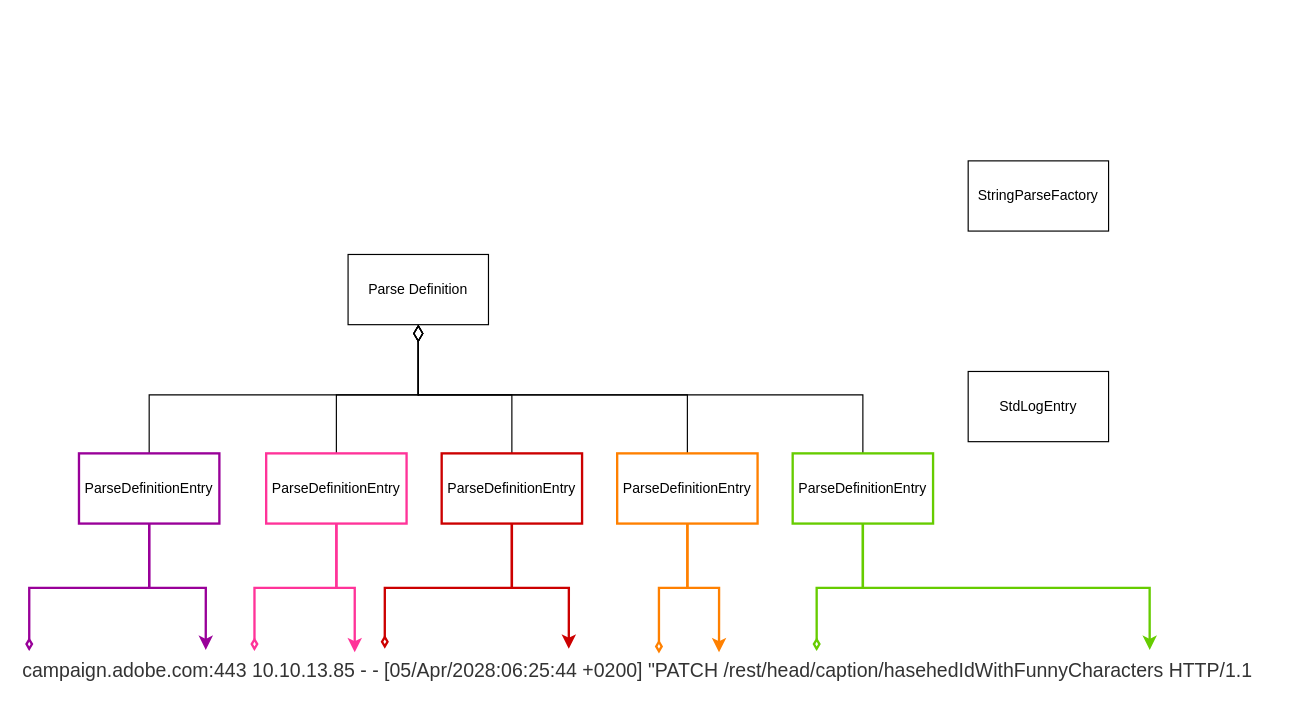
Before: page "log-parsing" (3 of 3) of diagrams/Log_Parser.drawio in adobe/log-parser, a draw.io diagram. Source tidied: cells renumbered, new cells numbered last; positions are measured from the earlier drawing's top-left corner, leaving out a move shared by most shapes. Both pictures are drawn from the tidied source at 117%, with x=0, y=0 at pixel (20, 160).
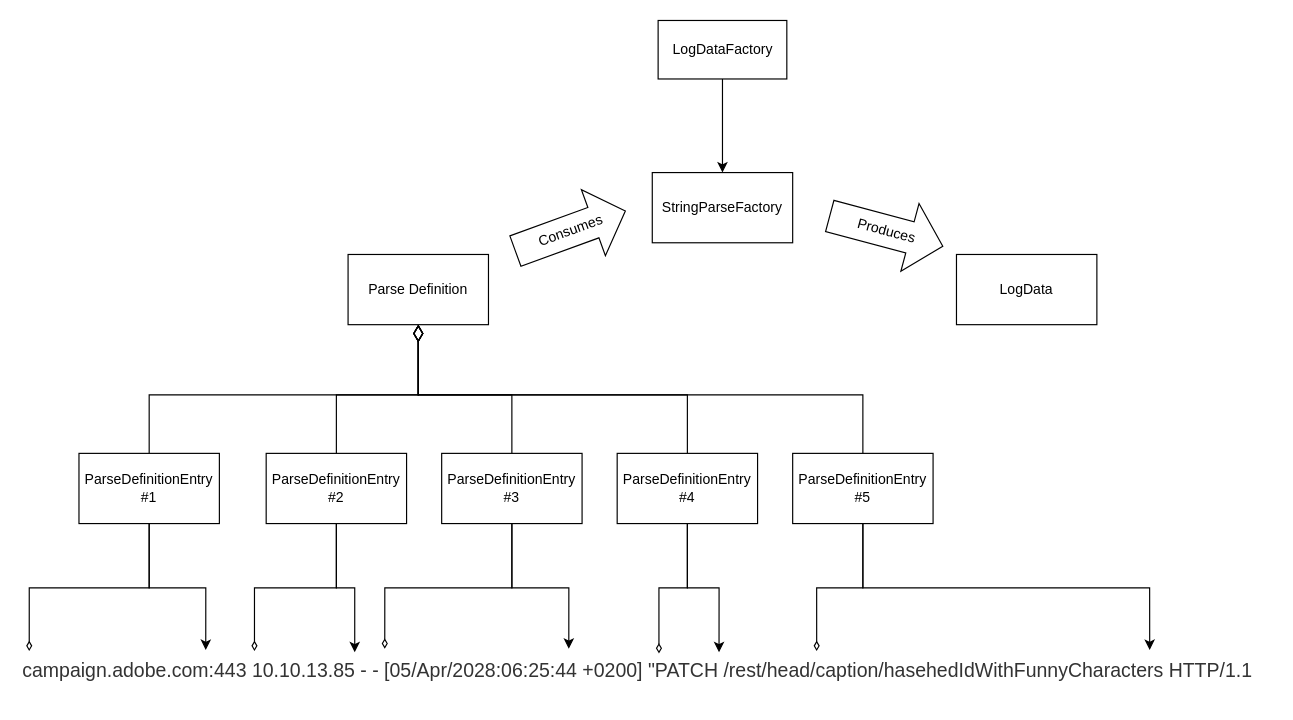
Above is the later version.

Commit message (it also covers changes not shown here):
Added more explanattions and a diagram

The change refers to these unchanged cells:
```xml
<mxCell id="23" value="&lt;span data-lucid-content=&quot;{&amp;quot;t&amp;quot;:&amp;quot;campaign.adobe.com:443 10.10.13.85 - - [05/Apr/2028:06:25:44 +0200] \&amp;quot;PATCH /rest/head/caption/hasehedIdWithFunnyCharacters HTTP/1.1&amp;quot;,&amp;quot;m&amp;quot;:[{&amp;quot;s&amp;quot;:0,&amp;quot;n&amp;quot;:&amp;quot;a&amp;quot;,&amp;quot;v&amp;quot;:&amp;quot;left&amp;quot;},{&amp;quot;s&amp;quot;:0,&amp;quot;n&amp;quot;:&amp;quot;s&amp;quot;,&amp;quot;v&amp;quot;:22.22222222222222,&amp;quot;e&amp;quot;:131},{&amp;quot;s&amp;quot;:0,&amp;quot;n&amp;quot;:&amp;quot;c&amp;quot;,&amp;quot;v&amp;quot;:&amp;quot;333333ff&amp;quot;,&amp;quot;e&amp;quot;:131}]}&quot;&gt;&lt;span style=&quot;text-align: left ; font-size: 16.666666666666664px ; color: #333333&quot;&gt;campaign.adobe.com:443 10.10.13.85 - - [05/Apr/2028:06:25:44 +0200] &quot;PATCH /rest/head/caption/hasehedIdWithFunnyCharacters HTTP/1.1&lt;/span&gt;&lt;/span&gt;" style="text;whiteSpace=wrap;html=1;" parent="1" vertex="1">
  <mxGeometry y="420" width="1070" height="40" as="geometry" />
</mxCell>
```

What changed in the source:
```diff
@@
-    <mxCell id="8" style="edgeStyle=orthogonalEdgeStyle;rounded=0;jettySize=auto;html=1;exitX=0.5;exitY=1;exitDx=0;exitDy=0;entryX=0.007;entryY=-0.025;entryDx=0;entryDy=0;endArrow=diamondThin;endFill=0;strokeColor=#990099;strokeWidth=2;entryPerimeter=0;" parent="1" edge="1" source="10" target="23">
+    <mxCell id="8" style="edgeStyle=orthogonalEdgeStyle;rounded=0;jettySize=auto;html=1;exitX=0.5;exitY=1;exitDx=0;exitDy=0;entryX=0.007;entryY=-0.025;entryDx=0;entryDy=0;endArrow=diamondThin;endFill=0;strokeWidth=1;entryPerimeter=0;" parent="1" edge="1" source="10" target="23">
       <mxGeometry relative="1" as="geometry" />
     </mxCell>
-    <mxCell id="9" style="edgeStyle=orthogonalEdgeStyle;rounded=0;jettySize=auto;html=1;exitX=0.5;exitY=1;exitDx=0;exitDy=0;entryX=0.148;entryY=-0.05;entryDx=0;entryDy=0;entryPerimeter=0;strokeColor=#990099;strokeWidth=2;" parent="1" edge="1" source="10" target="23">
+    <mxCell id="9" style="edgeStyle=orthogonalEdgeStyle;rounded=0;jettySize=auto;html=1;exitX=0.5;exitY=1;exitDx=0;exitDy=0;entryX=0.148;entryY=-0.05;entryDx=0;entryDy=0;entryPerimeter=0;strokeWidth=1;" parent="1" edge="1" source="10" target="23">
       <mxGeometry relative="1" as="geometry" />
     </mxCell>
-    <mxCell id="10" value="ParseDefinitionEntry" style="rounded=0;whiteSpace=wrap;html=1;strokeColor=#990099;strokeWidth=2;" parent="1" vertex="1">
+    <mxCell id="10" value="ParseDefinitionEntry&lt;br&gt;#1" style="rounded=0;whiteSpace=wrap;html=1;strokeWidth=1;" parent="1" vertex="1">
       <mxGeometry x="50" y="250" width="120" height="60" as="geometry" />
     </mxCell>
-    <mxCell id="11" style="edgeStyle=orthogonalEdgeStyle;rounded=0;jettySize=auto;html=1;exitX=0.5;exitY=1;exitDx=0;exitDy=0;entryX=0.51;entryY=0.025;entryDx=0;entryDy=0;entryPerimeter=0;endArrow=diamondThin;endFill=0;strokeWidth=2;strokeColor=#FF8000;" parent="1" edge="1" source="13" target="23">
+    <mxCell id="11" style="edgeStyle=orthogonalEdgeStyle;rounded=0;jettySize=auto;html=1;exitX=0.5;exitY=1;exitDx=0;exitDy=0;entryX=0.51;entryY=0.025;entryDx=0;entryDy=0;entryPerimeter=0;endArrow=diamondThin;endFill=0;strokeWidth=1;" parent="1" edge="1" source="13" target="23">
       <mxGeometry relative="1" as="geometry" />
     </mxCell>
-    <mxCell id="12" style="edgeStyle=orthogonalEdgeStyle;rounded=0;jettySize=auto;html=1;exitX=0.5;exitY=1;exitDx=0;exitDy=0;entryX=0.558;entryY=0;entryDx=0;entryDy=0;entryPerimeter=0;strokeWidth=2;strokeColor=#FF8000;" parent="1" edge="1" source="13" target="23">
+    <mxCell id="12" style="edgeStyle=orthogonalEdgeStyle;rounded=0;jettySize=auto;html=1;exitX=0.5;exitY=1;exitDx=0;exitDy=0;entryX=0.558;entryY=0;entryDx=0;entryDy=0;entryPerimeter=0;strokeWidth=1;" parent="1" edge="1" source="13" target="23">
       <mxGeometry relative="1" as="geometry" />
     </mxCell>
-    <mxCell id="13" value="ParseDefinitionEntry" style="rounded=0;whiteSpace=wrap;html=1;strokeWidth=2;strokeColor=#FF8000;" parent="1" vertex="1">
+    <mxCell id="13" value="ParseDefinitionEntry&lt;br&gt;#4" style="rounded=0;whiteSpace=wrap;html=1;strokeWidth=1;" parent="1" vertex="1">
       <mxGeometry x="510" y="250" width="120" height="60" as="geometry" />
     </mxCell>
-    <mxCell id="14" style="edgeStyle=orthogonalEdgeStyle;rounded=0;jettySize=auto;html=1;exitX=0.5;exitY=1;exitDx=0;exitDy=0;entryX=0.291;entryY=-0.075;entryDx=0;entryDy=0;entryPerimeter=0;endArrow=diamondThin;endFill=0;strokeWidth=2;strokeColor=#CC0000;" parent="1" edge="1" source="16" target="23">
+    <mxCell id="14" style="edgeStyle=orthogonalEdgeStyle;rounded=0;jettySize=auto;html=1;exitX=0.5;exitY=1;exitDx=0;exitDy=0;entryX=0.291;entryY=-0.075;entryDx=0;entryDy=0;entryPerimeter=0;endArrow=diamondThin;endFill=0;strokeWidth=1;" parent="1" edge="1" source="16" target="23">
       <mxGeometry relative="1" as="geometry" />
     </mxCell>
-    <mxCell id="15" style="edgeStyle=orthogonalEdgeStyle;rounded=0;jettySize=auto;html=1;exitX=0.5;exitY=1;exitDx=0;exitDy=0;entryX=0.438;entryY=-0.075;entryDx=0;entryDy=0;entryPerimeter=0;strokeWidth=2;strokeColor=#CC0000;" parent="1" edge="1" source="16" target="23">
+    <mxCell id="15" style="edgeStyle=orthogonalEdgeStyle;rounded=0;jettySize=auto;html=1;exitX=0.5;exitY=1;exitDx=0;exitDy=0;entryX=0.438;entryY=-0.075;entryDx=0;entryDy=0;entryPerimeter=0;strokeWidth=1;" parent="1" edge="1" source="16" target="23">
       <mxGeometry relative="1" as="geometry" />
     </mxCell>
-    <mxCell id="16" value="ParseDefinitionEntry" style="rounded=0;whiteSpace=wrap;html=1;strokeWidth=2;strokeColor=#CC0000;" parent="1" vertex="1">
+    <mxCell id="16" value="ParseDefinitionEntry&lt;br&gt;#3" style="rounded=0;whiteSpace=wrap;html=1;strokeWidth=1;" parent="1" vertex="1">
       <mxGeometry x="360" y="250" width="120" height="60" as="geometry" />
     </mxCell>
-    <mxCell id="17" style="edgeStyle=orthogonalEdgeStyle;rounded=0;jettySize=auto;html=1;exitX=0.5;exitY=1;exitDx=0;exitDy=0;endArrow=diamondThin;endFill=0;strokeColor=#FF3399;strokeWidth=2;" parent="1" edge="1" source="19">
+    <mxCell id="17" style="edgeStyle=orthogonalEdgeStyle;rounded=0;jettySize=auto;html=1;exitX=0.5;exitY=1;exitDx=0;exitDy=0;endArrow=diamondThin;endFill=0;strokeWidth=1;" parent="1" edge="1" source="19">
       <mxGeometry relative="1" as="geometry">
         <mxPoint x="200" y="419" as="targetPoint" />
         <Array as="points">
           <mxPoint x="270" y="365" />
           <mxPoint x="200" y="365" />
         </Array>
       </mxGeometry>
     </mxCell>
-    <mxCell id="18" style="edgeStyle=orthogonalEdgeStyle;rounded=0;jettySize=auto;html=1;exitX=0.5;exitY=1;exitDx=0;exitDy=0;entryX=0.267;entryY=0;entryDx=0;entryDy=0;entryPerimeter=0;strokeColor=#FF3399;strokeWidth=2;" parent="1" edge="1" source="19" target="23">
+    <mxCell id="18" style="edgeStyle=orthogonalEdgeStyle;rounded=0;jettySize=auto;html=1;exitX=0.5;exitY=1;exitDx=0;exitDy=0;entryX=0.267;entryY=0;entryDx=0;entryDy=0;entryPerimeter=0;strokeWidth=1;" parent="1" edge="1" source="19" target="23">
       <mxGeometry relative="1" as="geometry">
         <Array as="points">
           <mxPoint x="270" y="365" />
           <mxPoint x="286" y="365" />
         </Array>
       </mxGeometry>
     </mxCell>
-    <mxCell id="19" value="ParseDefinitionEntry" style="rounded=0;whiteSpace=wrap;html=1;strokeColor=#FF3399;strokeWidth=2;" parent="1" vertex="1">
+    <mxCell id="19" value="ParseDefinitionEntry&lt;br&gt;#2" style="rounded=0;whiteSpace=wrap;html=1;strokeWidth=1;" parent="1" vertex="1">
       <mxGeometry x="210" y="250" width="120" height="60" as="geometry" />
     </mxCell>
-    <mxCell id="20" style="edgeStyle=orthogonalEdgeStyle;rounded=0;jettySize=auto;html=1;exitX=0.5;exitY=1;exitDx=0;exitDy=0;entryX=0.636;entryY=-0.025;entryDx=0;entryDy=0;entryPerimeter=0;endArrow=diamondThin;endFill=0;strokeWidth=2;strokeColor=#66CC00;" parent="1" edge="1" source="22" target="23">
+    <mxCell id="20" style="edgeStyle=orthogonalEdgeStyle;rounded=0;jettySize=auto;html=1;exitX=0.5;exitY=1;exitDx=0;exitDy=0;entryX=0.636;entryY=-0.025;entryDx=0;entryDy=0;entryPerimeter=0;endArrow=diamondThin;endFill=0;strokeWidth=1;" parent="1" edge="1" source="22" target="23">
       <mxGeometry relative="1" as="geometry" />
     </mxCell>
-    <mxCell id="21" style="edgeStyle=orthogonalEdgeStyle;rounded=0;jettySize=auto;html=1;exitX=0.5;exitY=1;exitDx=0;exitDy=0;entryX=0.902;entryY=-0.05;entryDx=0;entryDy=0;entryPerimeter=0;strokeWidth=2;strokeColor=#66CC00;" parent="1" edge="1" source="22" target="23">
+    <mxCell id="21" style="edgeStyle=orthogonalEdgeStyle;rounded=0;jettySize=auto;html=1;exitX=0.5;exitY=1;exitDx=0;exitDy=0;entryX=0.902;entryY=-0.05;entryDx=0;entryDy=0;entryPerimeter=0;strokeWidth=1;" parent="1" edge="1" source="22" target="23">
       <mxGeometry relative="1" as="geometry" />
     </mxCell>
-    <mxCell id="22" value="ParseDefinitionEntry" style="rounded=0;whiteSpace=wrap;html=1;strokeWidth=2;strokeColor=#66CC00;" parent="1" vertex="1">
+    <mxCell id="22" value="ParseDefinitionEntry&lt;br&gt;#5" style="rounded=0;whiteSpace=wrap;html=1;strokeWidth=1;" parent="1" vertex="1">
       <mxGeometry x="660" y="250" width="120" height="60" as="geometry" />
     </mxCell>
@@
     <mxCell id="24" value="StringParseFactory" style="rounded=0;whiteSpace=wrap;html=1;" parent="1" vertex="1">
-      <mxGeometry x="810" width="120" height="60" as="geometry" />
+      <mxGeometry x="540" y="10" width="120" height="60" as="geometry" />
     </mxCell>
-    <mxCell id="25" value="StdLogEntry" style="rounded=0;whiteSpace=wrap;html=1;" parent="1" vertex="1">
-      <mxGeometry x="810" y="180" width="120" height="60" as="geometry" />
+    <mxCell id="25" value="LogData" style="rounded=0;whiteSpace=wrap;html=1;" parent="1" vertex="1">
+      <mxGeometry x="800" y="80" width="120" height="60" as="geometry" />
     </mxCell>
+    <mxCell id="26" value="Consumes" style="html=1;shadow=0;dashed=0;align=center;verticalAlign=middle;shape=mxgraph.arrows2.arrow;dy=0.54;dx=29.06;notch=0;strokeColor=#000000;strokeWidth=1;rotation=-20;" parent="1" vertex="1">
+      <mxGeometry x="420" y="30" width="100" height="60" as="geometry" />
+    </mxCell>
+    <mxCell id="27" value="Produces" style="html=1;shadow=0;dashed=0;align=center;verticalAlign=middle;shape=mxgraph.arrows2.arrow;dy=0.54;dx=29.06;notch=0;strokeColor=#000000;strokeWidth=1;rotation=15;" parent="1" vertex="1">
+      <mxGeometry x="690" y="30" width="100" height="60" as="geometry" />
+    </mxCell>
+    <mxCell id="28" style="edgeStyle=orthogonalEdgeStyle;rounded=0;jettySize=auto;html=1;exitX=0.5;exitY=1;exitDx=0;exitDy=0;entryX=0.5;entryY=0;entryDx=0;entryDy=0;startArrow=none;startFill=0;endArrow=classic;endFill=1;startSize=12;strokeColor=#000000;strokeWidth=1;" parent="1" edge="1" source="29" target="24">
+      <mxGeometry relative="1" as="geometry" />
+    </mxCell>
+    <mxCell id="29" value="LogDataFactory" style="html=1;strokeColor=#000000;strokeWidth=1;" parent="1" vertex="1">
+      <mxGeometry x="545" y="-120" width="110" height="50" as="geometry" />
+    </mxCell>
```
